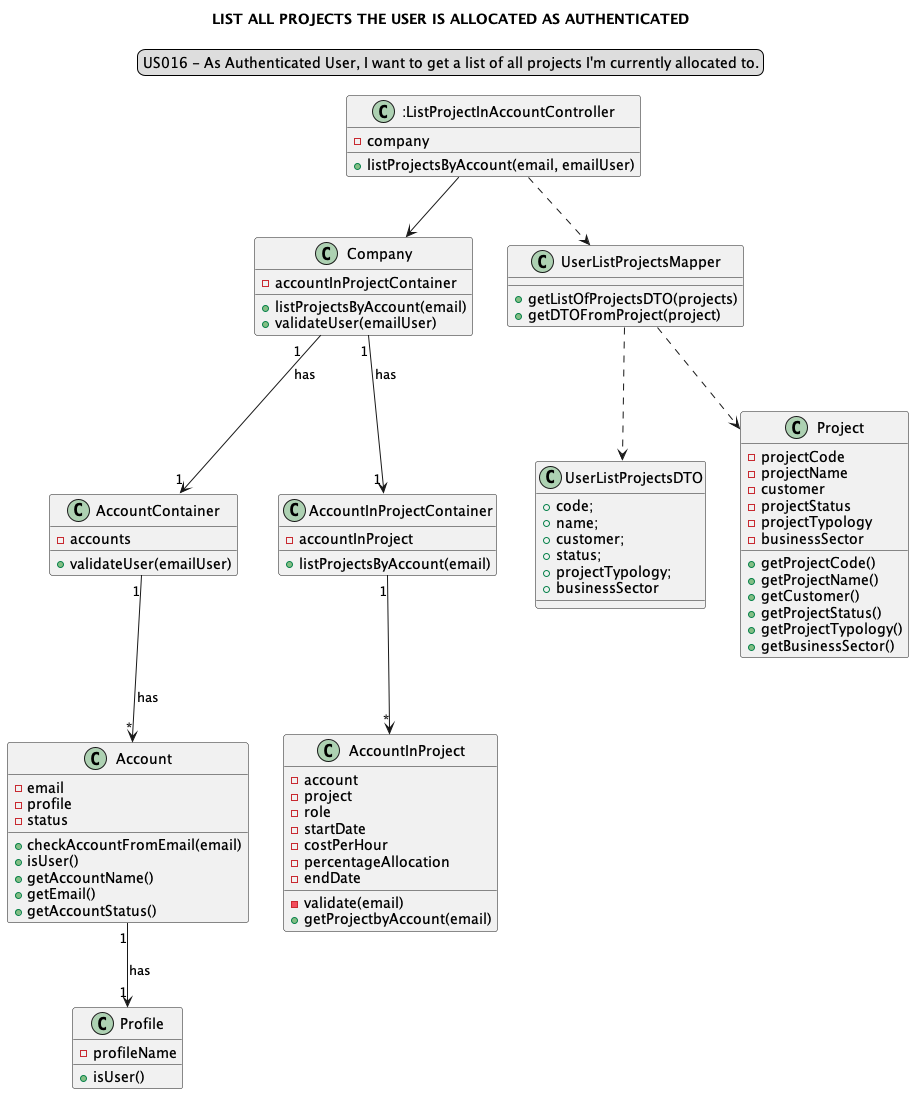
Loracline/project_switch_22-23 keeps this PlantUML diagram as docs/modelling_design/user_stories/sprint02/us016/US016_classDiagram-LIST_ALL_PROJECTS_THE_USER_IS_ALLOCATED_AS_AUTHENTICATED.png. Above is the earlier version.
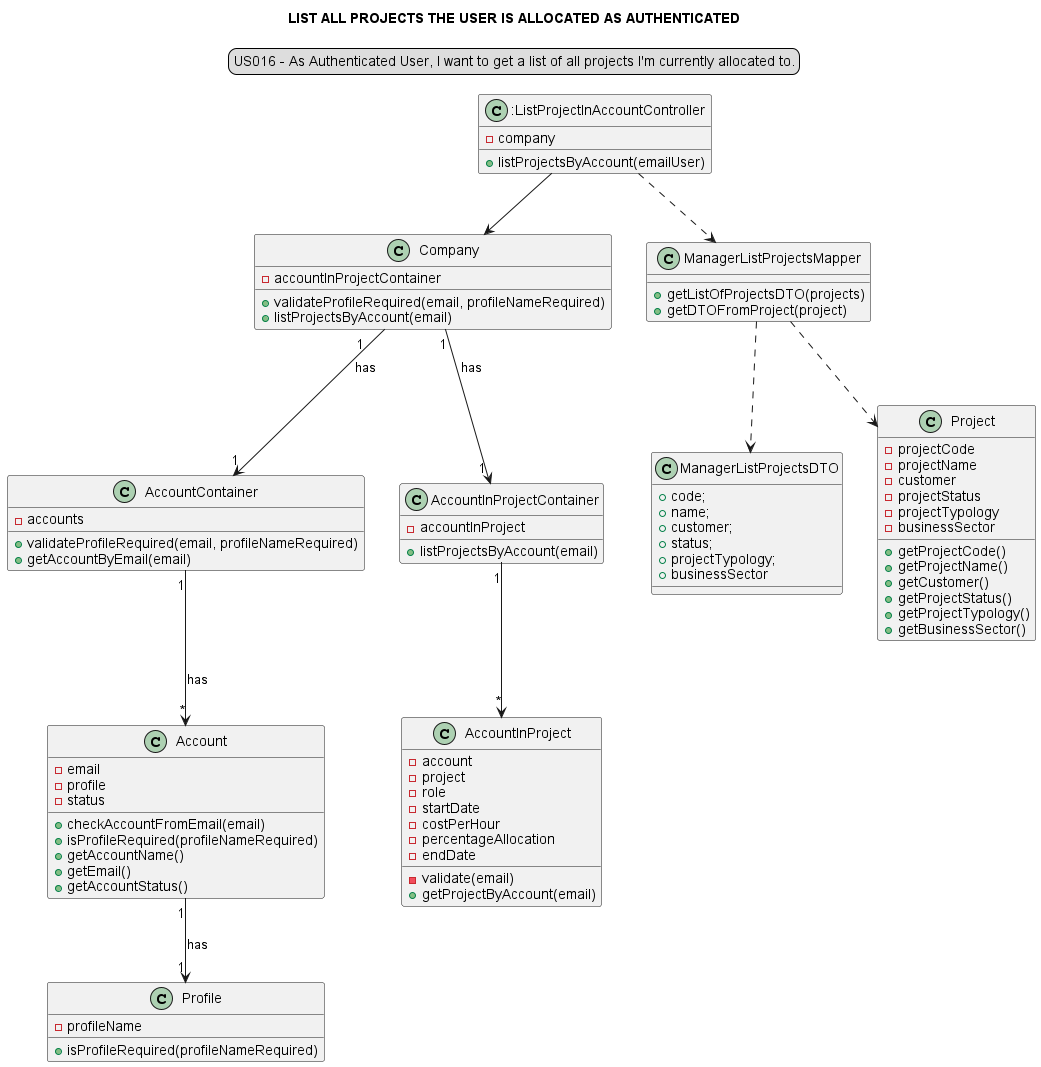
Above is the later version.

Commit message:
classDiagram (general): Design : refinement US016: add png

The edit, as a diff of the source:
```diff
@@ -8,17 +8,18 @@
 
 class ":ListProjectInAccountController" {
 - company
-+ listProjectsByAccount(email, emailUser)
++ listProjectsByAccount(emailUser)
 }
 class "Company" {
 - accountInProjectContainer
++validateProfileRequired(email, profileNameRequired)
 + listProjectsByAccount(email)
-+validateUser(emailUser)
 }
 
 class "AccountContainer" {
 -accounts
-+validateUser(emailUser)
++validateProfileRequired(email, profileNameRequired)
++getAccountByEmail(email)
 }
 
 class "Account" {
@@ -26,7 +27,7 @@
 -profile
 -status
 +checkAccountFromEmail(email)
-+isUser()
++isProfileRequired(profileNameRequired)
 +getAccountName()
 +getEmail()
 +getAccountStatus()
@@ -34,7 +35,7 @@
 
 class "Profile"{
 -profileName
-+isUser()
++isProfileRequired(profileNameRequired)
 }
 
 
@@ -52,15 +53,15 @@
 -percentageAllocation
 -endDate
 -validate(email)
-+ getProjectbyAccount(email)
++ getProjectByAccount(email)
 }
 
-class "UserListProjectsMapper"{
+class "ManagerListProjectsMapper"{
 +getListOfProjectsDTO(projects)
 +getDTOFromProject(project)
 }
 
-class "UserListProjectsDTO"{
+class "ManagerListProjectsDTO"{
 +code;
 +name;
 +customer;
@@ -83,15 +84,16 @@
 +getProjectTypology()
 +getBusinessSector()
 }
-"UserListProjectsMapper" ..> "Project"
+
+"ManagerListProjectsMapper" ..> "Project"
 ":ListProjectInAccountController"-->"Company"
 "Company" "1"--> "     1""AccountInProjectContainer": has
 "Company" "1   " --> "     1" "AccountContainer": has
 "AccountInProjectContainer" "1"--> "*" "AccountInProject"
 "AccountContainer" "1" --> "*" "Account": has
 "Account" "1" --> "1""Profile": has
-":ListProjectInAccountController"..> "UserListProjectsMapper"
-"UserListProjectsMapper"..> "UserListProjectsDTO"
+":ListProjectInAccountController"..> "ManagerListProjectsMapper"
+"ManagerListProjectsMapper"..> "ManagerListProjectsDTO"
 
 
 
```
